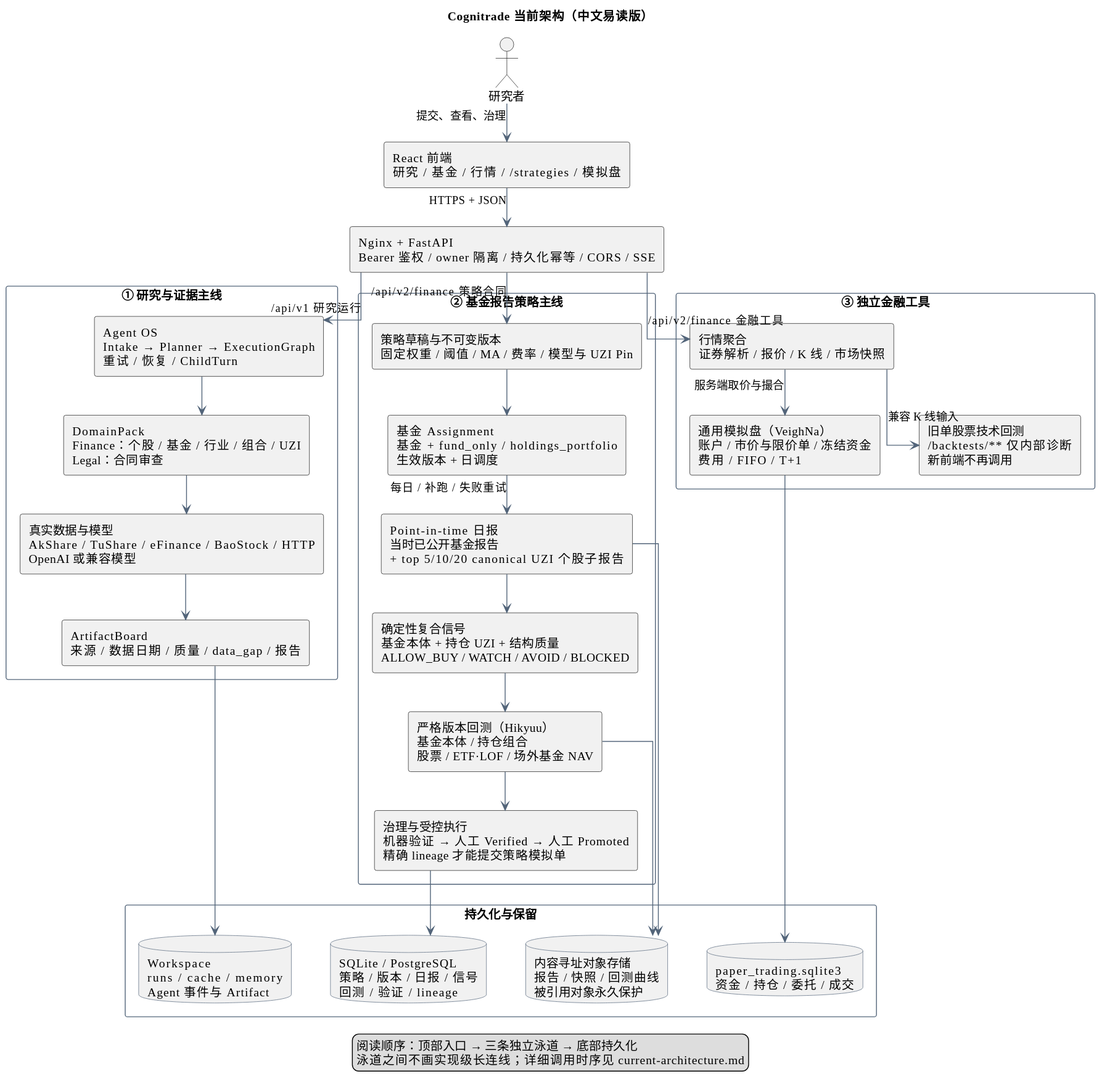
This is plan/cognitrade-architecture-cn-simple.svg from mingheyuan/Cognitrade, a PlantUML export, as it was before one commit.
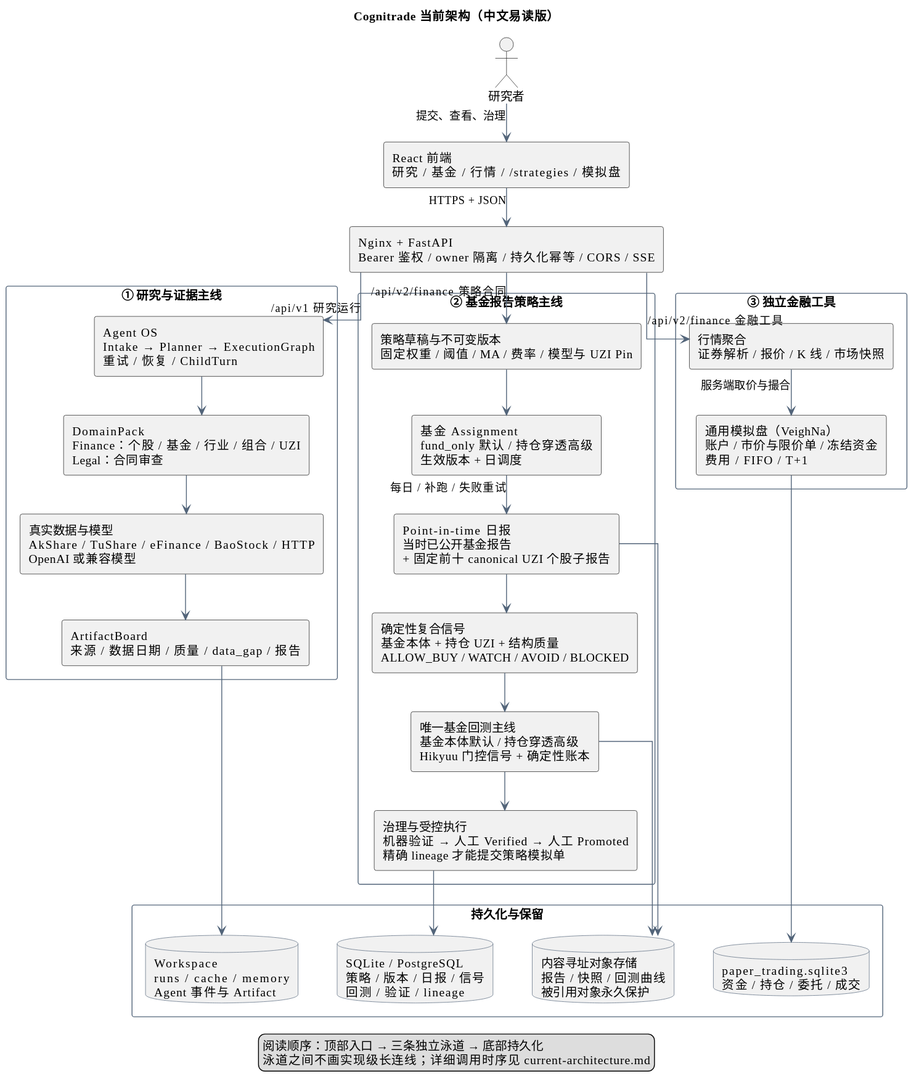
Later version of the same file.

What changed in the source:
```diff
@@ -36,10 +36,10 @@
 
 package "② 基金报告策略主线" as strategyLane {
   rectangle "策略草稿与不可变版本\n固定权重 / 阈值 / MA / 费率 / 模型与 UZI Pin" as version
-  rectangle "基金 Assignment\n基金 + fund_only / holdings_portfolio\n生效版本 + 日调度" as assignment
-  rectangle "Point-in-time 日报\n当时已公开基金报告\n+ top 5/10/20 canonical UZI 个股子报告" as report
+  rectangle "基金 Assignment\nfund_only 默认 / 持仓穿透高级\n生效版本 + 日调度" as assignment
+  rectangle "Point-in-time 日报\n当时已公开基金报告\n+ 固定前十 canonical UZI 个股子报告" as report
   rectangle "确定性复合信号\n基金本体 + 持仓 UZI + 结构质量\nALLOW_BUY / WATCH / AVOID / BLOCKED" as signal
-  rectangle "严格版本回测（Hikyuu）\n基金本体 / 持仓组合\n股票 / ETF·LOF / 场外基金 NAV" as backtest
+  rectangle "唯一基金回测主线\n基金本体默认 / 持仓穿透高级\nHikyuu 门控信号 + 确定性账本" as backtest
   rectangle "治理与受控执行\n机器验证 → 人工 Verified → 人工 Promoted\n精确 lineage 才能提交策略模拟单" as governedExecution
 
   version --> assignment
@@ -52,10 +52,8 @@
 package "③ 独立金融工具" as financeLane {
   rectangle "行情聚合\n证券解析 / 报价 / K 线 / 市场快照" as market
   rectangle "通用模拟盘（VeighNa）\n账户 / 市价与限价单 / 冻结资金\n费用 / FIFO / T+1" as paper
-  rectangle "旧单股票技术回测\n/backtests/** 仅内部诊断\n新前端不再调用" as legacy
 
   market --> paper : 服务端取价与撮合
-  market --> legacy : 兼容 K 线输入
 }
 
 api --> agent : /api/v1 研究运行
```
